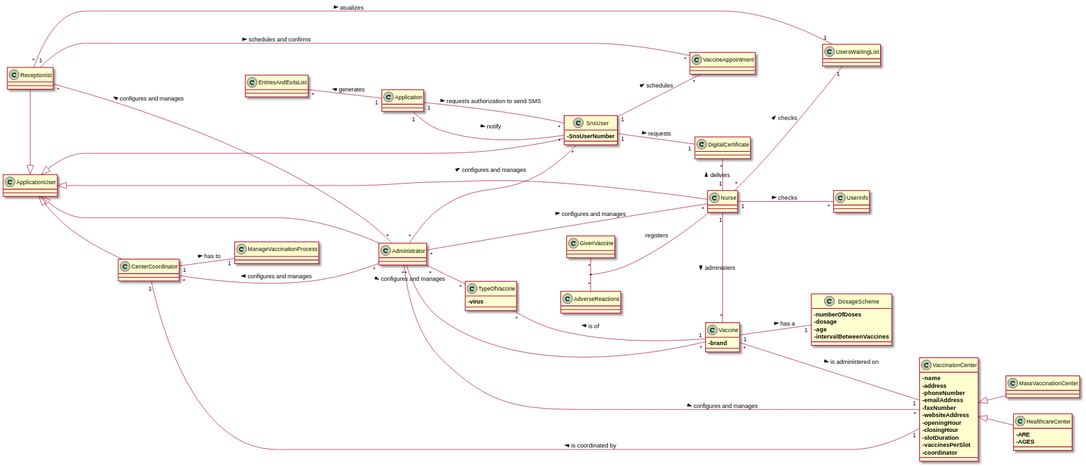
The PlantUML diagram docs/SprintB/DM.svg in Pirussa/lei-22-s2-1da-g02, before a commit.
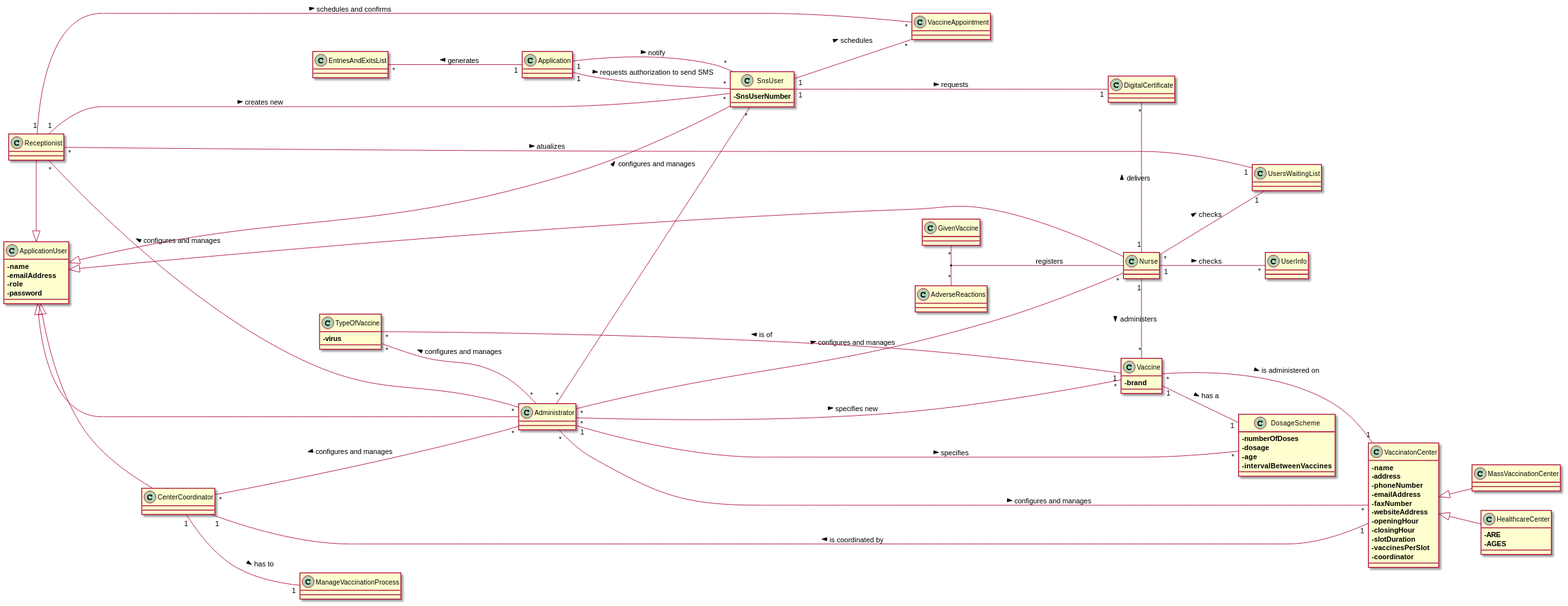
The same file after the commit.

The edit, as a diff of the source:
```diff
@@ -2,7 +2,12 @@
 
 left to right direction
 
-class ApplicationUser
+class ApplicationUser {
+==-name
+==-emailAddress
+==-role
+==-password
+}
 
 
 class Administrator
@@ -17,6 +22,8 @@
 ApplicationUser <|- Administrator
 ApplicationUser <|--- CenterCoordinator
 
+Receptionist "1" - "*" SnsUser : creates new >
+
 
 class Receptionist
 
@@ -29,8 +36,9 @@
 Administrator "*" -l- "*" Receptionist : configures and manages >
 Administrator "*" -- "*" VaccinatonCenter : configures and manages >
 Administrator "*" -up-- "*" CenterCoordinator : configures and manages >
-Administrator "*" -right-- "*" TypeOfVaccine : configures and manages >
-Administrator "*" -- "*" Vaccine
+Administrator "*" -up- "*" TypeOfVaccine : configures and manages >
+Administrator "*" -- "*" Vaccine : specifies new >
+Administrator "1" - "*" DosageScheme : specifies  >
 
 
 class VaccinatonCenter {
@@ -79,7 +87,7 @@
 class DigitalCertificate
 
 Nurse "1" -left "*" DigitalCertificate : delivers >
-SnsUser "1" -- "1" DigitalCertificate : requests >
+SnsUser "1" --- "1" DigitalCertificate : requests >
 
 class VaccineAppointment
 
```
